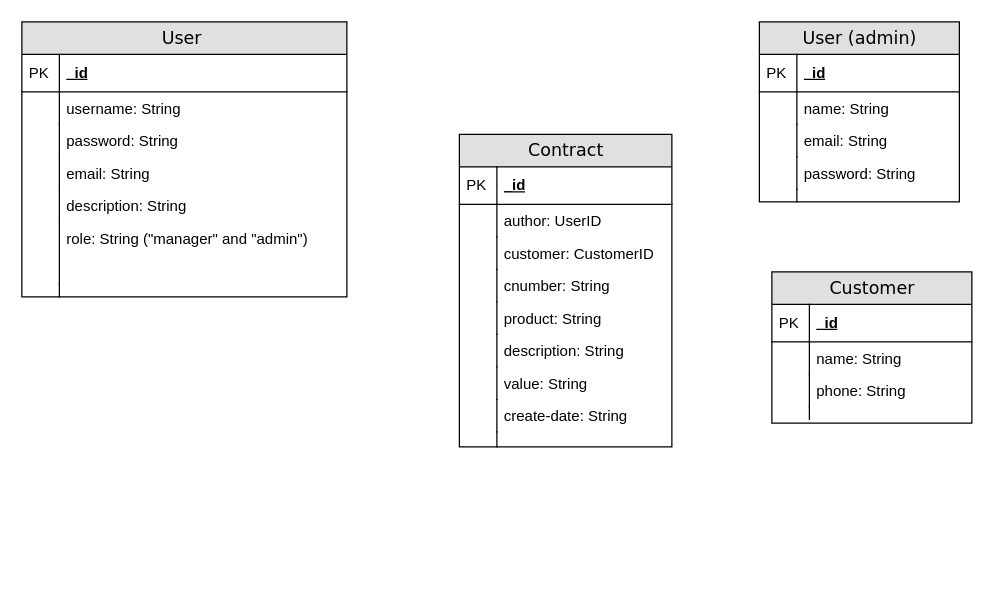
Earlier version of the draw.io diagram Entity relationship Diagram.drawio (nhuttuan239/PawnApp-be). Source tidied: cells renumbered, new cells numbered last; positions are measured from the earlier drawing's top-left corner, leaving out a move shared by most shapes. Both pictures are drawn from the tidied source at 125%, with x=0, y=0 at pixel (21, 21).
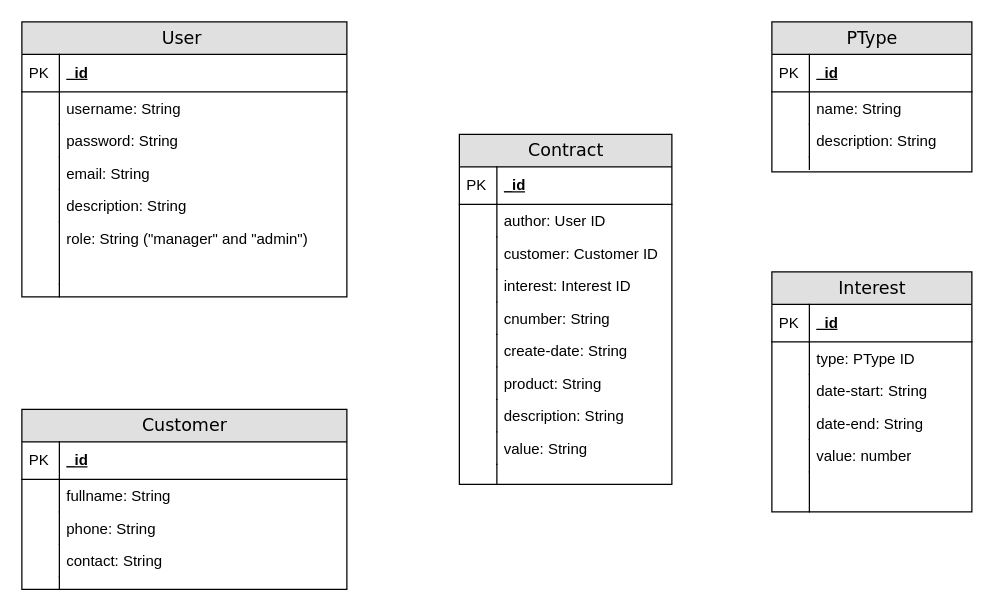
After the change.

Commit message:
Entity relationship Diagram 2.drawio

Diff of the diagram source:
```diff
@@
     <mxCell id="2" value="Contract" style="swimlane;html=1;fontStyle=0;horizontal=1;startSize=26;fillColor=#e0e0e0;swimlaneFillColor=#ffffff;align=center;rounded=0;shadow=0;comic=0;labelBackgroundColor=none;strokeWidth=1;fontFamily=Verdana;fontSize=14;swimlaneLine=1;" parent="1" vertex="1">
-      <mxGeometry x="350" y="90" width="170" height="250" as="geometry" />
+      <mxGeometry x="350" y="90" width="170" height="280" as="geometry" />
     </mxCell>
@@
-    <mxCell id="5" value="author: UserID" style="shape=partialRectangle;top=0;left=0;right=0;bottom=0;html=1;align=left;verticalAlign=top;fillColor=none;spacingLeft=34;spacingRight=4;whiteSpace=wrap;overflow=hidden;" parent="2" vertex="1">
+    <mxCell id="5" value="author: User ID" style="shape=partialRectangle;top=0;left=0;right=0;bottom=0;html=1;align=left;verticalAlign=top;fillColor=none;spacingLeft=34;spacingRight=4;whiteSpace=wrap;overflow=hidden;" parent="2" vertex="1">
       <mxGeometry y="56" width="170" height="26" as="geometry" />
     </mxCell>
@@
-    <mxCell id="7" value="customer: CustomerID" style="shape=partialRectangle;top=0;left=0;right=0;bottom=0;html=1;align=left;verticalAlign=top;fillColor=none;spacingLeft=34;spacingRight=4;whiteSpace=wrap;overflow=hidden;" parent="2" vertex="1">
+    <mxCell id="7" value="customer: Customer ID" style="shape=partialRectangle;top=0;left=0;right=0;bottom=0;html=1;align=left;verticalAlign=top;fillColor=none;spacingLeft=34;spacingRight=4;whiteSpace=wrap;overflow=hidden;" parent="2" vertex="1">
       <mxGeometry y="82" width="170" height="26" as="geometry" />
     </mxCell>
@@
+    <mxCell id="11" value="interest: Interest ID" style="shape=partialRectangle;top=0;left=0;right=0;bottom=0;html=1;align=left;verticalAlign=top;fillColor=none;spacingLeft=34;spacingRight=4;whiteSpace=wrap;overflow=hidden;" parent="2" vertex="1">
+      <mxGeometry y="108" width="170" height="26" as="geometry" />
+    </mxCell>
+    <mxCell id="12" style="shape=partialRectangle;top=0;left=0;bottom=0;html=1;fillColor=none;align=left;verticalAlign=top;spacingLeft=4;spacingRight=4;whiteSpace=wrap;overflow=hidden;" parent="11" vertex="1">
+      <mxGeometry width="30" height="26" as="geometry" />
+    </mxCell>
     <mxCell id="9" value="cnumber: String" style="shape=partialRectangle;top=0;left=0;right=0;bottom=0;html=1;align=left;verticalAlign=top;fillColor=none;spacingLeft=34;spacingRight=4;whiteSpace=wrap;overflow=hidden;" parent="2" vertex="1">
-      <mxGeometry y="108" width="170" height="26" as="geometry" />
+      <mxGeometry y="134" width="170" height="26" as="geometry" />
     </mxCell>
@@
-    <mxCell id="11" value="product: String" style="shape=partialRectangle;top=0;left=0;right=0;bottom=0;html=1;align=left;verticalAlign=top;fillColor=none;spacingLeft=34;spacingRight=4;whiteSpace=wrap;overflow=hidden;" parent="2" vertex="1">
-      <mxGeometry y="134" width="170" height="26" as="geometry" />
-    </mxCell>
-    <mxCell id="12" style="shape=partialRectangle;top=0;left=0;bottom=0;html=1;fillColor=none;align=left;verticalAlign=top;spacingLeft=4;spacingRight=4;whiteSpace=wrap;overflow=hidden;" parent="11" vertex="1">
-      <mxGeometry width="30" height="26" as="geometry" />
-    </mxCell>
+    <mxCell id="17" value="create-date: String" style="shape=partialRectangle;top=0;left=0;right=0;bottom=0;html=1;align=left;verticalAlign=top;fillColor=none;spacingLeft=34;spacingRight=4;whiteSpace=wrap;overflow=hidden;" parent="2" vertex="1">
+      <mxGeometry y="160" width="170" height="26" as="geometry" />
+    </mxCell>
+    <mxCell id="18" style="shape=partialRectangle;top=0;left=0;bottom=0;html=1;fillColor=none;align=left;verticalAlign=top;spacingLeft=4;spacingRight=4;whiteSpace=wrap;overflow=hidden;" parent="17" vertex="1">
+      <mxGeometry width="30" height="26" as="geometry" />
+    </mxCell>
+    <mxCell id="56" value="product: String" style="shape=partialRectangle;top=0;left=0;right=0;bottom=0;html=1;align=left;verticalAlign=top;fillColor=none;spacingLeft=34;spacingRight=4;whiteSpace=wrap;overflow=hidden;" parent="2" vertex="1">
+      <mxGeometry y="186" width="170" height="26" as="geometry" />
+    </mxCell>
+    <mxCell id="57" style="shape=partialRectangle;top=0;left=0;bottom=0;html=1;fillColor=none;align=left;verticalAlign=top;spacingLeft=4;spacingRight=4;whiteSpace=wrap;overflow=hidden;" parent="56" vertex="1">
+      <mxGeometry width="30" height="26" as="geometry" />
+    </mxCell>
     <mxCell id="13" value="description: String" style="shape=partialRectangle;top=0;left=0;right=0;bottom=0;html=1;align=left;verticalAlign=top;fillColor=none;spacingLeft=34;spacingRight=4;whiteSpace=wrap;overflow=hidden;" parent="2" vertex="1">
-      <mxGeometry y="160" width="170" height="26" as="geometry" />
+      <mxGeometry y="212" width="170" height="26" as="geometry" />
     </mxCell>
@@
     <mxCell id="15" value="value: String" style="shape=partialRectangle;top=0;left=0;right=0;bottom=0;html=1;align=left;verticalAlign=top;fillColor=none;spacingLeft=34;spacingRight=4;whiteSpace=wrap;overflow=hidden;" parent="2" vertex="1">
-      <mxGeometry y="186" width="170" height="26" as="geometry" />
+      <mxGeometry y="238" width="170" height="26" as="geometry" />
     </mxCell>
@@
-    <mxCell id="17" value="create-date: String" style="shape=partialRectangle;top=0;left=0;right=0;bottom=0;html=1;align=left;verticalAlign=top;fillColor=none;spacingLeft=34;spacingRight=4;whiteSpace=wrap;overflow=hidden;" parent="2" vertex="1">
-      <mxGeometry y="212" width="170" height="26" as="geometry" />
-    </mxCell>
-    <mxCell id="18" style="shape=partialRectangle;top=0;left=0;bottom=0;html=1;fillColor=none;align=left;verticalAlign=top;spacingLeft=4;spacingRight=4;whiteSpace=wrap;overflow=hidden;" parent="17" vertex="1">
-      <mxGeometry width="30" height="26" as="geometry" />
-    </mxCell>
     <mxCell id="19" style="shape=partialRectangle;top=0;left=0;right=0;bottom=0;html=1;align=left;verticalAlign=top;fillColor=none;spacingLeft=34;spacingRight=4;whiteSpace=wrap;overflow=hidden;" parent="2" vertex="1">
-      <mxGeometry y="238" width="170" height="12" as="geometry" />
+      <mxGeometry y="264" width="170" height="16" as="geometry" />
     </mxCell>
     <mxCell id="20" style="shape=partialRectangle;top=0;left=0;bottom=0;html=1;fillColor=none;align=left;verticalAlign=top;spacingLeft=4;spacingRight=4;whiteSpace=wrap;overflow=hidden;" parent="19" vertex="1">
-      <mxGeometry width="30" height="12" as="geometry" />
+      <mxGeometry width="30" height="16" as="geometry" />
     </mxCell>
@@
-    <mxCell id="36" value="Customer" style="swimlane;html=1;fontStyle=0;horizontal=1;startSize=26;fillColor=#e0e0e0;swimlaneFillColor=#ffffff;align=center;rounded=0;shadow=0;comic=0;labelBackgroundColor=none;strokeWidth=1;fontFamily=Verdana;fontSize=14;" parent="1" vertex="1">
-      <mxGeometry x="600" y="200" width="160" height="121" as="geometry" />
+    <mxCell id="36" value="Interest" style="swimlane;html=1;fontStyle=0;horizontal=1;startSize=26;fillColor=#e0e0e0;swimlaneFillColor=#ffffff;align=center;rounded=0;shadow=0;comic=0;labelBackgroundColor=none;strokeWidth=1;fontFamily=Verdana;fontSize=14;" parent="1" vertex="1">
+      <mxGeometry x="600" y="200" width="160" height="192" as="geometry" />
     </mxCell>
@@
-    <mxCell id="39" value="name: String" style="shape=partialRectangle;top=0;left=0;right=0;bottom=0;html=1;align=left;verticalAlign=top;fillColor=none;spacingLeft=34;spacingRight=4;whiteSpace=wrap;overflow=hidden;" parent="36" vertex="1">
+    <mxCell id="39" value="type: PType ID" style="shape=partialRectangle;top=0;left=0;right=0;bottom=0;html=1;align=left;verticalAlign=top;fillColor=none;spacingLeft=34;spacingRight=4;whiteSpace=wrap;overflow=hidden;" parent="36" vertex="1">
       <mxGeometry y="56" width="160" height="26" as="geometry" />
     </mxCell>
@@
-    <mxCell id="41" value="phone: String" style="shape=partialRectangle;top=0;left=0;right=0;bottom=0;html=1;align=left;verticalAlign=top;fillColor=none;spacingLeft=34;spacingRight=4;whiteSpace=wrap;overflow=hidden;" parent="36" vertex="1">
+    <mxCell id="41" value="date-start: String" style="shape=partialRectangle;top=0;left=0;right=0;bottom=0;html=1;align=left;verticalAlign=top;fillColor=none;spacingLeft=34;spacingRight=4;whiteSpace=wrap;overflow=hidden;" parent="36" vertex="1">
       <mxGeometry y="82" width="160" height="26" as="geometry" />
     </mxCell>
@@
+    <mxCell id="58" value="date-end: String" style="shape=partialRectangle;top=0;left=0;right=0;bottom=0;html=1;align=left;verticalAlign=top;fillColor=none;spacingLeft=34;spacingRight=4;whiteSpace=wrap;overflow=hidden;" parent="36" vertex="1">
+      <mxGeometry y="108" width="160" height="26" as="geometry" />
+    </mxCell>
+    <mxCell id="59" style="shape=partialRectangle;top=0;left=0;bottom=0;html=1;fillColor=none;align=left;verticalAlign=top;spacingLeft=4;spacingRight=4;whiteSpace=wrap;overflow=hidden;" parent="58" vertex="1">
+      <mxGeometry width="30" height="26" as="geometry" />
+    </mxCell>
+    <mxCell id="60" value="value: number" style="shape=partialRectangle;top=0;left=0;right=0;bottom=0;html=1;align=left;verticalAlign=top;fillColor=none;spacingLeft=34;spacingRight=4;whiteSpace=wrap;overflow=hidden;" parent="36" vertex="1">
+      <mxGeometry y="134" width="160" height="26" as="geometry" />
+    </mxCell>
+    <mxCell id="61" style="shape=partialRectangle;top=0;left=0;bottom=0;html=1;fillColor=none;align=left;verticalAlign=top;spacingLeft=4;spacingRight=4;whiteSpace=wrap;overflow=hidden;" parent="60" vertex="1">
+      <mxGeometry width="30" height="26" as="geometry" />
+    </mxCell>
     <mxCell id="43" style="shape=partialRectangle;top=0;left=0;right=0;bottom=0;html=1;align=left;verticalAlign=top;fillColor=none;spacingLeft=34;spacingRight=4;whiteSpace=wrap;overflow=hidden;" parent="36" vertex="1">
-      <mxGeometry y="108" width="160" height="10" as="geometry" />
+      <mxGeometry y="160" width="160" height="32" as="geometry" />
     </mxCell>
     <mxCell id="44" style="shape=partialRectangle;top=0;left=0;bottom=0;html=1;fillColor=none;align=left;verticalAlign=top;spacingLeft=4;spacingRight=4;whiteSpace=wrap;overflow=hidden;" parent="43" vertex="1">
-      <mxGeometry width="30" height="10" as="geometry" />
+      <mxGeometry width="30" height="32" as="geometry" />
     </mxCell>
-    <mxCell id="45" value="User (admin)" style="swimlane;html=1;fontStyle=0;horizontal=1;startSize=26;fillColor=#e0e0e0;swimlaneFillColor=#ffffff;align=center;rounded=0;shadow=0;comic=0;labelBackgroundColor=none;strokeWidth=1;fontFamily=Verdana;fontSize=14;" parent="1" vertex="1">
-      <mxGeometry x="590" width="160" height="144" as="geometry" />
+    <mxCell id="45" value="PType" style="swimlane;html=1;fontStyle=0;horizontal=1;startSize=26;fillColor=#e0e0e0;swimlaneFillColor=#ffffff;align=center;rounded=0;shadow=0;comic=0;labelBackgroundColor=none;strokeWidth=1;fontFamily=Verdana;fontSize=14;" parent="1" vertex="1">
+      <mxGeometry x="600" width="160" height="120" as="geometry" />
     </mxCell>
@@
-    <mxCell id="50" value="email: String" style="shape=partialRectangle;top=0;left=0;right=0;bottom=0;html=1;align=left;verticalAlign=top;fillColor=none;spacingLeft=34;spacingRight=4;whiteSpace=wrap;overflow=hidden;" parent="45" vertex="1">
+    <mxCell id="50" value="description: String" style="shape=partialRectangle;top=0;left=0;right=0;bottom=0;html=1;align=left;verticalAlign=top;fillColor=none;spacingLeft=34;spacingRight=4;whiteSpace=wrap;overflow=hidden;" parent="45" vertex="1">
       <mxGeometry y="82" width="160" height="26" as="geometry" />
     </mxCell>
@@
-    <mxCell id="52" value="password: String" style="shape=partialRectangle;top=0;left=0;right=0;bottom=0;html=1;align=left;verticalAlign=top;fillColor=none;spacingLeft=34;spacingRight=4;whiteSpace=wrap;overflow=hidden;" parent="45" vertex="1">
-      <mxGeometry y="108" width="160" height="26" as="geometry" />
-    </mxCell>
-    <mxCell id="53" style="shape=partialRectangle;top=0;left=0;bottom=0;html=1;fillColor=none;align=left;verticalAlign=top;spacingLeft=4;spacingRight=4;whiteSpace=wrap;overflow=hidden;" parent="52" vertex="1">
-      <mxGeometry width="30" height="26" as="geometry" />
-    </mxCell>
     <mxCell id="54" style="shape=partialRectangle;top=0;left=0;right=0;bottom=0;html=1;align=left;verticalAlign=top;fillColor=none;spacingLeft=34;spacingRight=4;whiteSpace=wrap;overflow=hidden;" parent="45" vertex="1">
-      <mxGeometry y="134" width="160" height="10" as="geometry" />
+      <mxGeometry y="108" width="160" height="10" as="geometry" />
     </mxCell>
@@
+    <mxCell id="62" value="Customer" style="swimlane;html=1;fontStyle=0;horizontal=1;startSize=26;fillColor=#e0e0e0;swimlaneFillColor=#ffffff;align=center;rounded=0;shadow=0;comic=0;labelBackgroundColor=none;strokeWidth=1;fontFamily=Verdana;fontSize=14;" parent="1" vertex="1">
+      <mxGeometry y="310" width="260" height="144" as="geometry" />
+    </mxCell>
+    <mxCell id="63" value="_id" style="shape=partialRectangle;top=0;left=0;right=0;bottom=1;html=1;align=left;verticalAlign=middle;fillColor=none;spacingLeft=34;spacingRight=4;whiteSpace=wrap;overflow=hidden;fontStyle=5;" parent="62" vertex="1">
+      <mxGeometry y="26" width="260" height="30" as="geometry" />
+    </mxCell>
+    <mxCell id="64" value="PK" style="shape=partialRectangle;top=0;left=0;bottom=0;html=1;fillColor=none;align=left;verticalAlign=middle;spacingLeft=4;spacingRight=4;whiteSpace=wrap;overflow=hidden;" parent="63" vertex="1">
+      <mxGeometry width="30" height="30" as="geometry" />
+    </mxCell>
+    <mxCell id="65" value="fullname: String" style="shape=partialRectangle;top=0;left=0;right=0;bottom=0;html=1;align=left;verticalAlign=top;fillColor=none;spacingLeft=34;spacingRight=4;whiteSpace=wrap;overflow=hidden;" parent="62" vertex="1">
+      <mxGeometry y="56" width="260" height="26" as="geometry" />
+    </mxCell>
+    <mxCell id="66" style="shape=partialRectangle;top=0;left=0;bottom=0;html=1;fillColor=none;align=left;verticalAlign=top;spacingLeft=4;spacingRight=4;whiteSpace=wrap;overflow=hidden;" parent="65" vertex="1">
+      <mxGeometry width="30" height="26" as="geometry" />
+    </mxCell>
+    <mxCell id="67" value="phone: String" style="shape=partialRectangle;top=0;left=0;right=0;bottom=0;html=1;align=left;verticalAlign=top;fillColor=none;spacingLeft=34;spacingRight=4;whiteSpace=wrap;overflow=hidden;" parent="62" vertex="1">
+      <mxGeometry y="82" width="260" height="26" as="geometry" />
+    </mxCell>
+    <mxCell id="68" style="shape=partialRectangle;top=0;left=0;bottom=0;html=1;fillColor=none;align=left;verticalAlign=top;spacingLeft=4;spacingRight=4;whiteSpace=wrap;overflow=hidden;" parent="67" vertex="1">
+      <mxGeometry width="30" height="26" as="geometry" />
+    </mxCell>
+    <mxCell id="69" value="contact: String" style="shape=partialRectangle;top=0;left=0;right=0;bottom=0;html=1;align=left;verticalAlign=top;fillColor=none;spacingLeft=34;spacingRight=4;whiteSpace=wrap;overflow=hidden;" parent="62" vertex="1">
+      <mxGeometry y="108" width="260" height="26" as="geometry" />
+    </mxCell>
+    <mxCell id="70" style="shape=partialRectangle;top=0;left=0;bottom=0;html=1;fillColor=none;align=left;verticalAlign=top;spacingLeft=4;spacingRight=4;whiteSpace=wrap;overflow=hidden;" parent="69" vertex="1">
+      <mxGeometry width="30" height="26" as="geometry" />
+    </mxCell>
+    <mxCell id="71" style="shape=partialRectangle;top=0;left=0;right=0;bottom=0;html=1;align=left;verticalAlign=top;fillColor=none;spacingLeft=34;spacingRight=4;whiteSpace=wrap;overflow=hidden;" parent="62" vertex="1">
+      <mxGeometry y="134" width="260" height="10" as="geometry" />
+    </mxCell>
+    <mxCell id="72" style="shape=partialRectangle;top=0;left=0;bottom=0;html=1;fillColor=none;align=left;verticalAlign=top;spacingLeft=4;spacingRight=4;whiteSpace=wrap;overflow=hidden;" parent="71" vertex="1">
+      <mxGeometry width="30" height="10" as="geometry" />
+    </mxCell>
```
